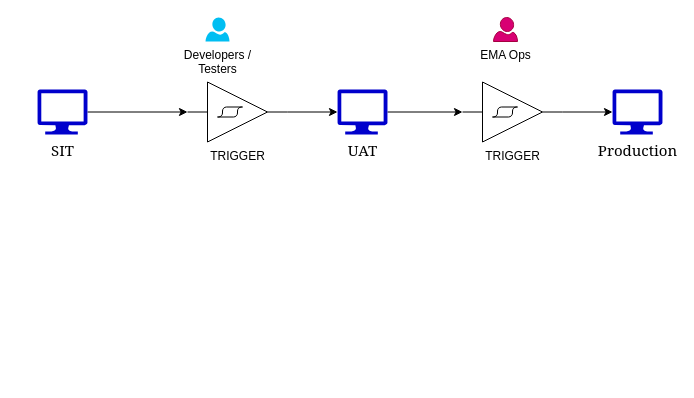
Earlier version of the draw.io diagram page "Prod-Deployment" (4 of 4) of EMA-RFP.drawio (biswarup81/drawings). Source tidied: cells renumbered, new cells numbered last; positions are measured from the earlier drawing's top-left corner, leaving out a move shared by most shapes. Both pictures are drawn from the tidied source at 100%, with x=0, y=0 at pixel (37, 17).
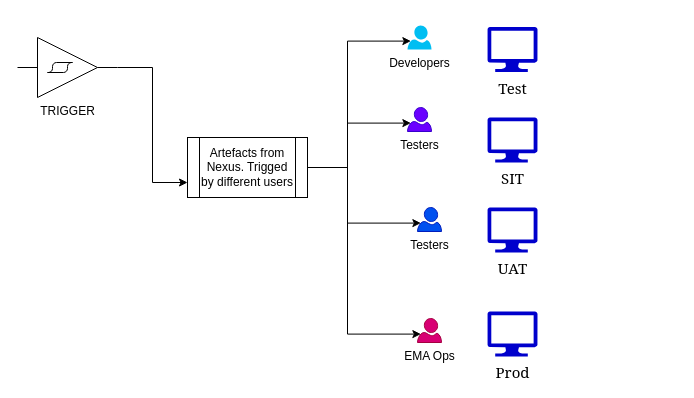
After the change.

What changed in the source:
```diff
@@
-    <mxCell id="2" style="edgeStyle=orthogonalEdgeStyle;rounded=0;jettySize=auto;html=1;entryX=0;entryY=0.5;entryDx=0;entryDy=0;entryPerimeter=0;" parent="1" edge="1" source="3" target="5">
-      <mxGeometry relative="1" as="geometry" />
-    </mxCell>
-    <mxCell id="3" value="SIT" style="verticalLabelPosition=bottom;html=1;verticalAlign=top;align=center;strokeColor=none;shape=mxgraph.azure.computer;labelBackgroundColor=#ffffff;fontFamily=Georgia;fontSize=15;fillColor=#0000CC;" parent="1" vertex="1">
-      <mxGeometry y="72" width="50" height="45" as="geometry" />
+    <mxCell id="3" value="Test" style="verticalLabelPosition=bottom;html=1;verticalAlign=top;align=center;strokeColor=none;shape=mxgraph.azure.computer;labelBackgroundColor=#ffffff;fontFamily=Georgia;fontSize=15;fillColor=#0000CC;" parent="1" vertex="1">
+      <mxGeometry x="450" y="9.5" width="50" height="45" as="geometry" />
     </mxCell>
-    <mxCell id="4" style="edgeStyle=orthogonalEdgeStyle;rounded=0;jettySize=auto;html=1;" parent="1" edge="1" source="5" target="7">
-      <mxGeometry relative="1" as="geometry" />
-    </mxCell>
+    <mxCell id="13" style="edgeStyle=orthogonalEdgeStyle;rounded=0;jettySize=auto;html=1;entryX=0;entryY=0.75;entryDx=0;entryDy=0;" parent="1" edge="1" source="5" target="18">
+      <mxGeometry relative="1" as="geometry" />
+    </mxCell>
     <mxCell id="5" value="TRIGGER" style="verticalLabelPosition=bottom;shadow=0;dashed=0;align=center;html=1;verticalAlign=top;shape=mxgraph.electrical.logic_gates.schmitt_trigger;direction=east;" parent="1" vertex="1">
-      <mxGeometry x="150" y="64.5" width="100" height="60" as="geometry" />
+      <mxGeometry x="-20" y="20" width="100" height="60" as="geometry" />
     </mxCell>
-    <mxCell id="6" style="edgeStyle=orthogonalEdgeStyle;rounded=0;jettySize=auto;html=1;entryX=0;entryY=0.5;entryDx=0;entryDy=0;entryPerimeter=0;" parent="1" edge="1" source="7" target="10">
-      <mxGeometry relative="1" as="geometry" />
-    </mxCell>
     <mxCell id="7" value="UAT" style="verticalLabelPosition=bottom;html=1;verticalAlign=top;align=center;strokeColor=none;shape=mxgraph.azure.computer;labelBackgroundColor=#ffffff;fontFamily=Georgia;fontSize=15;fillColor=#0000CC;" parent="1" vertex="1">
-      <mxGeometry x="300" y="72" width="50" height="45" as="geometry" />
+      <mxGeometry x="450" y="190" width="50" height="45" as="geometry" />
     </mxCell>
-    <mxCell id="8" value="Developers / &lt;br&gt;Testers" style="verticalLabelPosition=bottom;html=1;verticalAlign=top;align=center;strokeColor=none;fillColor=#00BEF2;shape=mxgraph.azure.user;" parent="1" vertex="1">
-      <mxGeometry x="168" width="24" height="24" as="geometry" />
+    <mxCell id="8" value="Developers" style="verticalLabelPosition=bottom;html=1;verticalAlign=top;align=center;strokeColor=none;fillColor=#00BEF2;shape=mxgraph.azure.user;" parent="1" vertex="1">
+      <mxGeometry x="370" y="8" width="24" height="24" as="geometry" />
     </mxCell>
-    <mxCell id="9" style="edgeStyle=orthogonalEdgeStyle;rounded=0;jettySize=auto;html=1;exitX=1;exitY=0.5;exitDx=0;exitDy=0;exitPerimeter=0;entryX=0;entryY=0.5;entryDx=0;entryDy=0;entryPerimeter=0;" parent="1" edge="1" source="10" target="12">
-      <mxGeometry relative="1" as="geometry" />
-    </mxCell>
-    <mxCell id="10" value="TRIGGER" style="verticalLabelPosition=bottom;shadow=0;dashed=0;align=center;html=1;verticalAlign=top;shape=mxgraph.electrical.logic_gates.schmitt_trigger;direction=east;" parent="1" vertex="1">
-      <mxGeometry x="425" y="64.5" width="100" height="60" as="geometry" />
-    </mxCell>
+    <mxCell id="12" value="Prod" style="verticalLabelPosition=bottom;html=1;verticalAlign=top;align=center;strokeColor=none;shape=mxgraph.azure.computer;labelBackgroundColor=#ffffff;fontFamily=Georgia;fontSize=15;fillColor=#0000CC;" parent="1" vertex="1">
+      <mxGeometry x="450" y="294" width="50" height="45" as="geometry" />
+    </mxCell>
+    <mxCell id="14" style="edgeStyle=orthogonalEdgeStyle;rounded=0;jettySize=auto;html=1;entryX=0.14;entryY=0.65;entryDx=0;entryDy=0;entryPerimeter=0;" parent="1" edge="1" source="18" target="8">
+      <mxGeometry relative="1" as="geometry">
+        <Array as="points">
+          <mxPoint x="310" y="150" />
+          <mxPoint x="310" y="24" />
+        </Array>
+      </mxGeometry>
+    </mxCell>
+    <mxCell id="15" style="edgeStyle=orthogonalEdgeStyle;rounded=0;jettySize=auto;html=1;exitX=1;exitY=0.5;exitDx=0;exitDy=0;entryX=0.14;entryY=0.65;entryDx=0;entryDy=0;entryPerimeter=0;" parent="1" edge="1" source="18" target="20">
+      <mxGeometry relative="1" as="geometry">
+        <Array as="points">
+          <mxPoint x="310" y="150" />
+          <mxPoint x="310" y="106" />
+        </Array>
+      </mxGeometry>
+    </mxCell>
+    <mxCell id="16" style="edgeStyle=orthogonalEdgeStyle;rounded=0;jettySize=auto;html=1;exitX=1;exitY=0.5;exitDx=0;exitDy=0;entryX=0.14;entryY=0.65;entryDx=0;entryDy=0;entryPerimeter=0;" parent="1" edge="1" source="18" target="21">
+      <mxGeometry relative="1" as="geometry">
+        <Array as="points">
+          <mxPoint x="310" y="150" />
+          <mxPoint x="310" y="206" />
+        </Array>
+      </mxGeometry>
+    </mxCell>
+    <mxCell id="17" style="edgeStyle=orthogonalEdgeStyle;rounded=0;jettySize=auto;html=1;entryX=0.14;entryY=0.65;entryDx=0;entryDy=0;entryPerimeter=0;" parent="1" edge="1" source="18" target="11">
+      <mxGeometry relative="1" as="geometry">
+        <Array as="points">
+          <mxPoint x="310" y="150" />
+          <mxPoint x="310" y="317" />
+        </Array>
+      </mxGeometry>
+    </mxCell>
+    <mxCell id="18" value="Artefacts from Nexus. Trigged by different users" style="shape=process;whiteSpace=wrap;html=1;backgroundOutline=1;" parent="1" vertex="1">
+      <mxGeometry x="150" y="120" width="120" height="60" as="geometry" />
+    </mxCell>
+    <mxCell id="19" value="SIT" style="verticalLabelPosition=bottom;html=1;verticalAlign=top;align=center;strokeColor=none;shape=mxgraph.azure.computer;labelBackgroundColor=#ffffff;fontFamily=Georgia;fontSize=15;fillColor=#0000CC;" parent="1" vertex="1">
+      <mxGeometry x="450" y="100" width="50" height="45" as="geometry" />
+    </mxCell>
     <mxCell id="11" value="&lt;font color=&quot;#000000&quot;&gt;EMA Ops&lt;/font&gt;" style="verticalLabelPosition=bottom;html=1;verticalAlign=top;align=center;strokeColor=#A50040;fillColor=#d80073;shape=mxgraph.azure.user;fontColor=#ffffff;" parent="1" vertex="1">
-      <mxGeometry x="456" width="24" height="24" as="geometry" />
+      <mxGeometry x="380" y="301" width="24" height="24" as="geometry" />
     </mxCell>
-    <mxCell id="12" value="Production" style="verticalLabelPosition=bottom;html=1;verticalAlign=top;align=center;strokeColor=none;shape=mxgraph.azure.computer;labelBackgroundColor=#ffffff;fontFamily=Georgia;fontSize=15;fillColor=#0000CC;" parent="1" vertex="1">
-      <mxGeometry x="575" y="72" width="50" height="45" as="geometry" />
-    </mxCell>
+    <mxCell id="20" value="&lt;font color=&quot;#000000&quot;&gt;Testers&lt;/font&gt;" style="verticalLabelPosition=bottom;html=1;verticalAlign=top;align=center;strokeColor=#3700CC;fillColor=#6a00ff;shape=mxgraph.azure.user;fontColor=#ffffff;" parent="1" vertex="1">
+      <mxGeometry x="370" y="90" width="24" height="24" as="geometry" />
+    </mxCell>
+    <mxCell id="21" value="&lt;font color=&quot;#000000&quot;&gt;Testers&lt;/font&gt;" style="verticalLabelPosition=bottom;html=1;verticalAlign=top;align=center;strokeColor=#001DBC;fillColor=#0050ef;shape=mxgraph.azure.user;fontColor=#ffffff;" parent="1" vertex="1">
+      <mxGeometry x="380" y="190" width="24" height="24" as="geometry" />
+    </mxCell>
```
